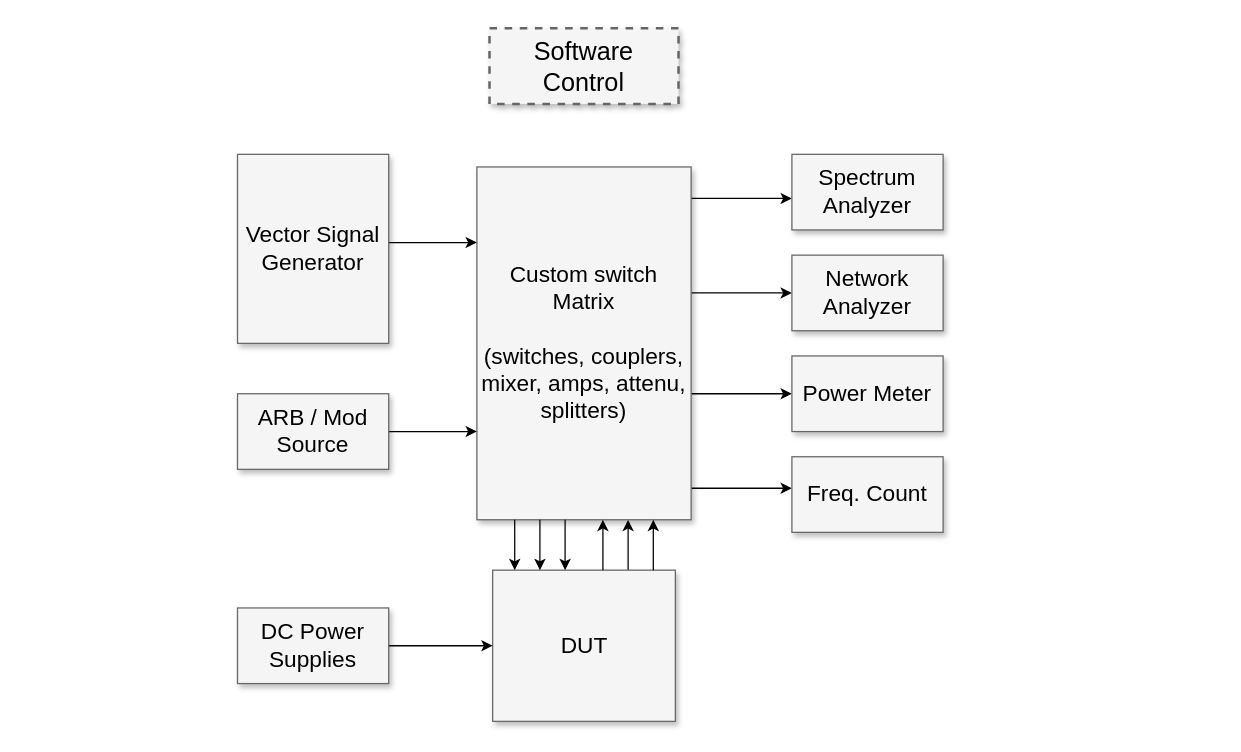
This is ESET350.drawio from Tay0z/Tay0z.github.io, a draw.io file, before an edit. Source tidied: cells renumbered, new cells numbered last; positions are measured from the earlier drawing's top-left corner, leaving out a move shared by most shapes. Both pictures are drawn from the tidied source at 126%, with x=0, y=0 at pixel (237, 28).
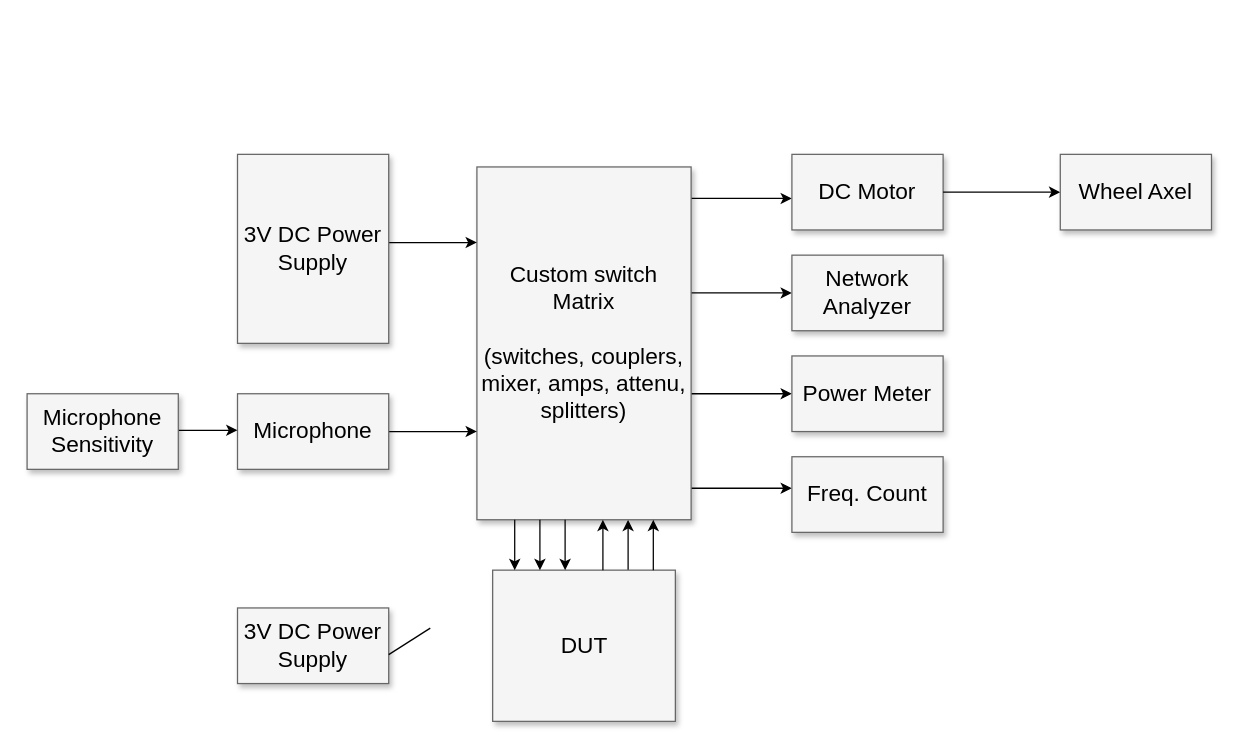
The same diagram, later.

The change refers to these unchanged cells:
```xml
<mxCell id="17" value="DUT" style="whiteSpace=wrap;html=1;shadow=1;fontSize=18;fillColor=#f5f5f5;strokeColor=#666666;" parent="1" vertex="1">
  <mxGeometry x="202.5" y="430" width="145" height="120" as="geometry" />
</mxCell>
```

Diff of the diagram source:
```diff
@@
-    <mxCell id="2" value="Software Control" style="whiteSpace=wrap;html=1;shadow=1;fontSize=20;fillColor=#f5f5f5;strokeColor=#666666;strokeWidth=2;dashed=1;" parent="1" vertex="1">
-      <mxGeometry x="200" width="150" height="60" as="geometry" />
-    </mxCell>
@@
-    <mxCell id="9" value="Spectrum Analyzer" style="whiteSpace=wrap;html=1;shadow=1;fontSize=18;fillColor=#f5f5f5;strokeColor=#666666;" parent="1" vertex="1">
+    <mxCell id="9" value="DC Motor" style="whiteSpace=wrap;html=1;shadow=1;fontSize=18;fillColor=#f5f5f5;strokeColor=#666666;" parent="1" vertex="1">
       <mxGeometry x="440" y="100" width="120" height="60" as="geometry" />
     </mxCell>
@@
-    <mxCell id="14" value="Vector Signal Generator" style="whiteSpace=wrap;html=1;shadow=1;fontSize=18;fillColor=#f5f5f5;strokeColor=#666666;" parent="1" vertex="1">
+    <mxCell id="14" value="3V DC Power Supply" style="whiteSpace=wrap;html=1;shadow=1;fontSize=18;fillColor=#f5f5f5;strokeColor=#666666;" parent="1" vertex="1">
       <mxGeometry y="100" width="120" height="150" as="geometry" />
     </mxCell>
@@
-    <mxCell id="16" value="ARB / Mod Source" style="whiteSpace=wrap;html=1;shadow=1;fontSize=18;fillColor=#f5f5f5;strokeColor=#666666;" parent="1" vertex="1">
+    <mxCell id="16" value="Microphone" style="whiteSpace=wrap;html=1;shadow=1;fontSize=18;fillColor=#f5f5f5;strokeColor=#666666;" parent="1" vertex="1">
       <mxGeometry y="290" width="120" height="60" as="geometry" />
     </mxCell>
@@
-    <mxCell id="18" style="edgeStyle=elbowEdgeStyle;rounded=0;html=1;startArrow=none;startFill=0;jettySize=auto;fontSize=18;elbow=vertical;" parent="1" edge="1" source="19" target="17">
-      <mxGeometry relative="1" as="geometry" />
-    </mxCell>
-    <mxCell id="19" value="DC Power Supplies" style="whiteSpace=wrap;html=1;shadow=1;fontSize=18;fillColor=#f5f5f5;strokeColor=#666666;" parent="1" vertex="1">
+    <mxCell id="19" value="3V DC Power Supply" style="whiteSpace=wrap;html=1;shadow=1;fontSize=18;fillColor=#f5f5f5;strokeColor=#666666;" parent="1" vertex="1">
       <mxGeometry y="460" width="120" height="60" as="geometry" />
     </mxCell>
@@
+    <mxCell id="25" style="endArrow=none;html=1;rounded=0;exitX=1;exitY=0.617;exitDx=0;exitDy=0;exitPerimeter=0;" parent="1" edge="1" source="19">
+      <mxGeometry relative="1" as="geometry">
+        <mxPoint x="153" y="476" as="targetPoint" />
+      </mxGeometry>
+    </mxCell>
+    <mxCell id="26" style="endArrow=classic;html=1;rounded=0;" parent="1" edge="1">
+      <mxGeometry relative="1" as="geometry">
+        <mxPoint x="-50" y="319" as="sourcePoint" />
+        <mxPoint y="319" as="targetPoint" />
+      </mxGeometry>
+    </mxCell>
+    <mxCell id="27" style="endArrow=classic;html=1;rounded=0;exitX=1;exitY=0.5;exitDx=0;exitDy=0;" parent="1" edge="1" source="9">
+      <mxGeometry relative="1" as="geometry">
+        <mxPoint x="653" y="130" as="targetPoint" />
+      </mxGeometry>
+    </mxCell>
+    <mxCell id="28" value="Wheel Axel" style="whiteSpace=wrap;html=1;shadow=1;fontSize=18;fillColor=#f5f5f5;strokeColor=#666666;" parent="1" vertex="1">
+      <mxGeometry x="653" y="100" width="120" height="60" as="geometry" />
+    </mxCell>
+    <mxCell id="29" value="Microphone Sensitivity" style="whiteSpace=wrap;html=1;shadow=1;fontSize=18;fillColor=#f5f5f5;strokeColor=#666666;" parent="1" vertex="1">
+      <mxGeometry x="-167" y="290" width="120" height="60" as="geometry" />
+    </mxCell>
```
